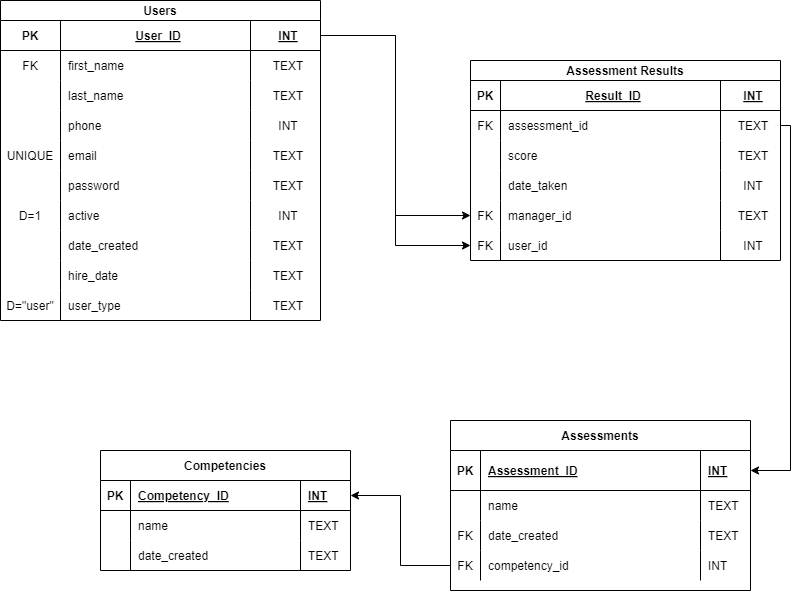
Above: capstone_erd.drawio.png in The-Leland/foundations-capstone (draw.io), before the change. Source tidied: cells renumbered, new cells last; positions are measured from the earlier drawing's top-left corner, leaving out a move shared by most shapes.
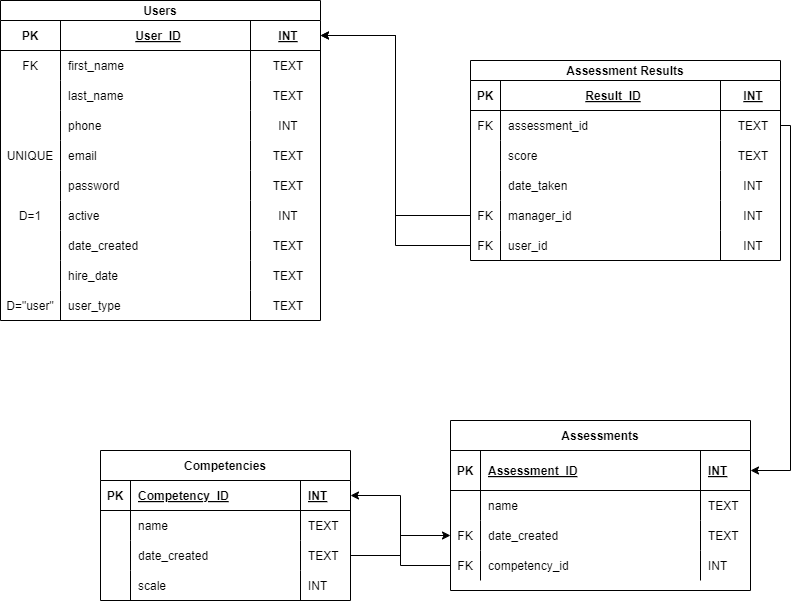
The same diagram one commit later.

Commit message:
made the suggested changes to the code and ERD

Diff of the diagram source:
```diff
@@ -54,7 +54,7 @@
       <mxGeometry x="250" width="50" height="30" as="geometry" />
     </mxCell>
     <mxCell id="19" value="Competencies" style="shape=table;startSize=30;rowLines=0;fontStyle=1;align=center;" parent="1" vertex="1">
-      <mxGeometry x="100" y="450" width="250" height="120" as="geometry" />
+      <mxGeometry x="100" y="450" width="250" height="150" as="geometry" />
     </mxCell>
     <mxCell id="20" style="shape=partialRectangle;fillColor=none;points=[[0,0.5],[1,0.5]];portConstraint=eastwest;top=0;left=0;right=0;bottom=1;" parent="19" vertex="1">
       <mxGeometry y="30" width="250" height="30" as="geometry" />
@@ -92,6 +92,18 @@
     <mxCell id="31" value="TEXT" style="shape=partialRectangle;overflow=hidden;fillColor=none;top=0;left=0;bottom=0;right=0;align=left;spacingLeft=6;" parent="28" vertex="1">
       <mxGeometry x="200" width="50" height="30" as="geometry" />
     </mxCell>
+    <mxCell id="103" style="shape=partialRectangle;fillColor=none;top=0;left=0;right=0;bottom=0;" parent="19" vertex="1">
+      <mxGeometry y="120" width="250" height="30" as="geometry" />
+    </mxCell>
+    <mxCell id="104" style="shape=partialRectangle;overflow=hidden;fillColor=none;top=0;left=0;bottom=0;right=0;" parent="103" vertex="1">
+      <mxGeometry width="30" height="30" as="geometry" />
+    </mxCell>
+    <mxCell id="105" value="scale" style="shape=partialRectangle;overflow=hidden;fillColor=none;top=0;left=0;bottom=0;right=0;align=left;spacingLeft=6;" parent="103" vertex="1">
+      <mxGeometry x="30" width="170" height="30" as="geometry" />
+    </mxCell>
+    <mxCell id="106" value="INT" style="shape=partialRectangle;overflow=hidden;fillColor=none;top=0;left=0;bottom=0;right=0;align=left;spacingLeft=6;" parent="103" vertex="1">
+      <mxGeometry x="200" width="50" height="30" as="geometry" />
+    </mxCell>
     <mxCell id="32" value="Assessment Results" style="shape=table;startSize=20;rowLines=0;fontStyle=1;align=center;" parent="1" vertex="1">
       <mxGeometry x="470" y="60" width="310" height="200" as="geometry" />
     </mxCell>
@@ -152,7 +164,7 @@
     <mxCell id="51" value="manager_id" style="shape=partialRectangle;overflow=hidden;fillColor=none;top=0;left=0;bottom=0;right=0;align=left;spacingLeft=6;" parent="49" vertex="1">
       <mxGeometry x="30" width="220" height="30" as="geometry" />
     </mxCell>
-    <mxCell id="52" value="TEXT" style="shape=partialRectangle;overflow=hidden;fillColor=none;top=0;left=0;bottom=0;right=0;align=center;spacingLeft=6;" parent="49" vertex="1">
+    <mxCell id="52" value="INT" style="shape=partialRectangle;overflow=hidden;fillColor=none;top=0;left=0;bottom=0;right=0;align=center;spacingLeft=6;" parent="49" vertex="1">
       <mxGeometry x="250" width="60" height="30" as="geometry" />
     </mxCell>
     <mxCell id="53" style="shape=partialRectangle;fillColor=none;points=[[0,0.5],[1,0.5]];portConstraint=eastwest;top=0;left=0;right=0;bottom=0;" parent="32" vertex="1">
@@ -167,9 +179,6 @@
     <mxCell id="56" value="INT" style="shape=partialRectangle;overflow=hidden;fillColor=none;top=0;left=0;bottom=0;right=0;align=center;spacingLeft=6;" parent="53" vertex="1">
       <mxGeometry x="250" width="60" height="30" as="geometry" />
     </mxCell>
-    <mxCell id="57" style="endArrow=classic;html=1;rounded=0;exitX=1;exitY=0.5;exitDx=0;exitDy=0;entryX=0;entryY=0.5;entryDx=0;entryDy=0;edgeStyle=orthogonalEdgeStyle;" parent="1" edge="1" source="62" target="53">
-      <mxGeometry relative="1" as="geometry" />
-    </mxCell>
     <mxCell id="58" style="endArrow=classic;startArrow=classic;html=1;rounded=0;exitX=1;exitY=0.5;exitDx=0;exitDy=0;entryX=1;entryY=0.5;entryDx=0;entryDy=0;edgeStyle=orthogonalEdgeStyle;strokeColor=none;" parent="1" edge="1" source="37" target="3">
       <mxGeometry relative="1" as="geometry" />
     </mxCell>
@@ -302,8 +311,14 @@
     <mxCell id="101" value="TEXT" style="shape=partialRectangle;overflow=hidden;fillColor=none;top=0;left=0;bottom=0;right=0;align=center;spacingLeft=6;" parent="98" vertex="1">
       <mxGeometry x="250" width="70" height="30" as="geometry" />
     </mxCell>
-    <mxCell id="102" style="endArrow=classic;html=1;rounded=0;exitX=1;exitY=0.5;exitDx=0;exitDy=0;entryX=0;entryY=0.5;entryDx=0;entryDy=0;edgeStyle=orthogonalEdgeStyle;" parent="1" edge="1" source="62" target="49">
+    <mxCell id="102" style="endArrow=classic;html=1;rounded=0;exitX=0;exitY=0.5;exitDx=0;exitDy=0;entryX=1;entryY=0.5;entryDx=0;entryDy=0;edgeStyle=orthogonalEdgeStyle;" parent="1" edge="1" source="49" target="62">
       <mxGeometry relative="1" as="geometry" />
     </mxCell>
+    <mxCell id="57" style="endArrow=classic;html=1;rounded=0;exitX=0;exitY=0.5;exitDx=0;exitDy=0;entryX=1;entryY=0.5;entryDx=0;entryDy=0;edgeStyle=orthogonalEdgeStyle;" parent="1" edge="1" source="53" target="62">
+      <mxGeometry relative="1" as="geometry" />
+    </mxCell>
+    <mxCell id="107" style="endArrow=classic;html=1;rounded=0;exitX=1;exitY=0.5;exitDx=0;exitDy=0;entryX=0;entryY=0.5;entryDx=0;entryDy=0;edgeStyle=orthogonalEdgeStyle;" parent="1" edge="1" source="28" target="11">
+      <mxGeometry relative="1" as="geometry" />
+    </mxCell>
   </root>
 </mxGraphModel>
```
